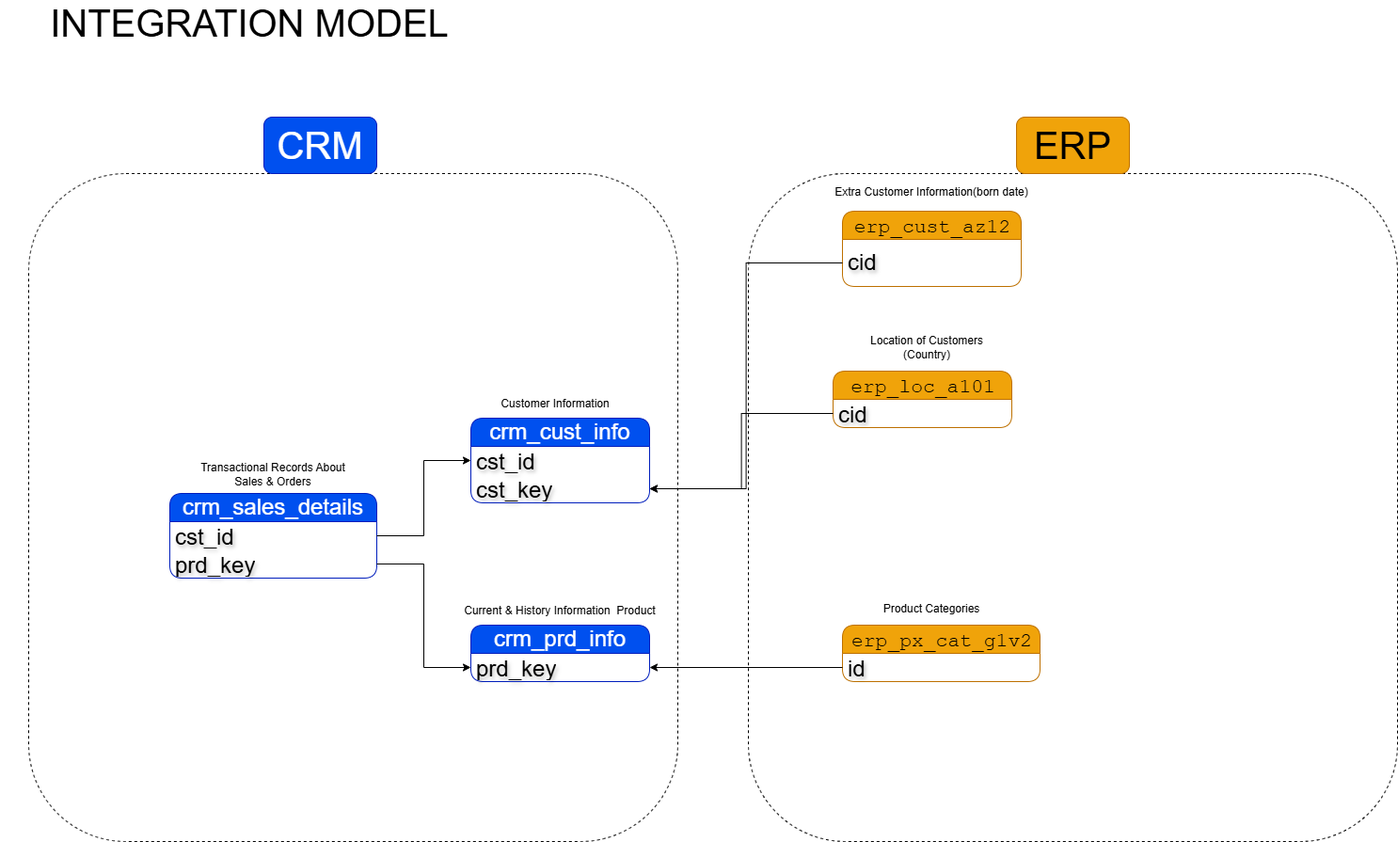
Above: docs/data_integration.png in SerhatYoldoruk/sql-dwh-project (draw.io), before the change. Source tidied: cells renumbered, new cells last; positions are measured from the earlier drawing's top-left corner, leaving out a move shared by most shapes.
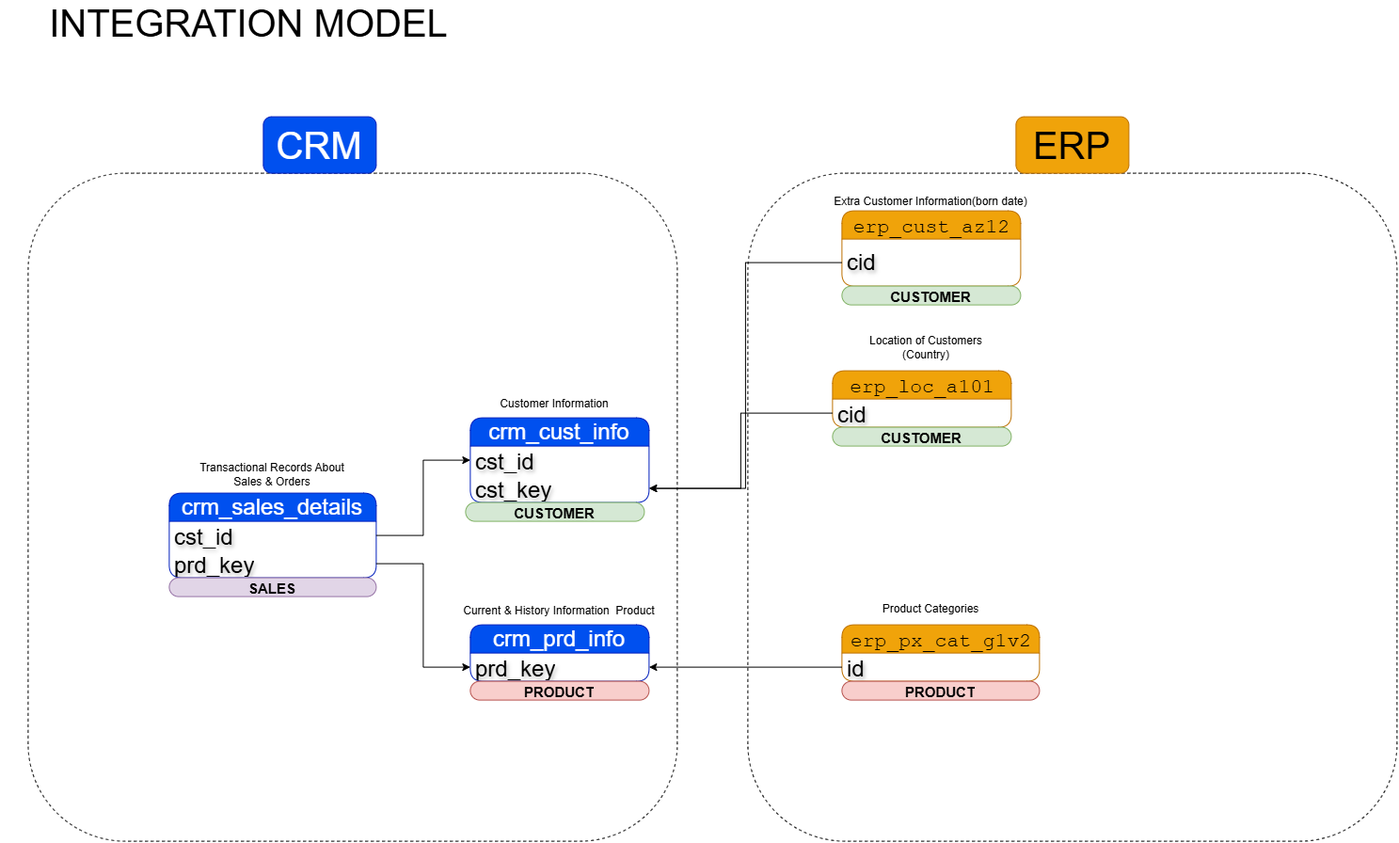
The same file after the commit.

Commit message:
Add Gold layer views, quality checks, and star-schema docs

What changed in the source:
```diff
@@ -60,7 +60,7 @@
       <mxGeometry y="30" width="190" height="30" as="geometry" />
     </mxCell>
     <mxCell id="21" value="Extra Customer Information(born date)" style="text;html=1;whiteSpace=wrap;strokeColor=none;fillColor=none;align=center;verticalAlign=middle;rounded=0;" parent="1" vertex="1">
-      <mxGeometry x="875" y="180" width="230" height="20" as="geometry" />
+      <mxGeometry x="875" y="190" width="230" height="20" as="geometry" />
     </mxCell>
     <mxCell id="22" value="Location of Customers (Country)" style="text;html=1;whiteSpace=wrap;strokeColor=none;fillColor=none;align=center;verticalAlign=middle;rounded=0;" parent="1" vertex="1">
       <mxGeometry x="915" y="340" width="140" height="30" as="geometry" />
@@ -92,5 +92,23 @@
     <mxCell id="31" value="&lt;span style=&quot;color: light-dark(rgb(0, 0, 0), rgb(255, 255, 255));&quot;&gt;&lt;font style=&quot;font-size: 40px;&quot;&gt;INTEGRATION &lt;/font&gt;&lt;font style=&quot;font-size: 40px;&quot;&gt;MODEL&lt;/font&gt;&lt;/span&gt;" style="text;html=1;whiteSpace=wrap;strokeColor=none;fillColor=none;align=center;verticalAlign=middle;rounded=0;" parent="1" vertex="1">
       <mxGeometry width="530" height="20" as="geometry" />
     </mxCell>
+    <mxCell id="32" value="PRODUCT" style="text;html=1;strokeColor=#b85450;fillColor=#f8cecc;align=center;verticalAlign=middle;whiteSpace=wrap;overflow=hidden;strokeWidth=1;fontSize=15;fontStyle=1;rounded=1;shadow=0;arcSize=50;" parent="1" vertex="1">
+      <mxGeometry x="895" y="710" width="210" height="20" as="geometry" />
+    </mxCell>
+    <mxCell id="33" value="PRODUCT" style="text;html=1;strokeColor=#b85450;fillColor=#f8cecc;align=center;verticalAlign=middle;whiteSpace=wrap;overflow=hidden;strokeWidth=1;fontSize=15;fontStyle=1;rounded=1;shadow=0;arcSize=50;" parent="1" vertex="1">
+      <mxGeometry x="500" y="710" width="190" height="20" as="geometry" />
+    </mxCell>
+    <mxCell id="34" value="CUSTOMER" style="text;html=1;strokeColor=#82b366;fillColor=#d5e8d4;align=center;verticalAlign=middle;whiteSpace=wrap;overflow=hidden;strokeWidth=1;fontSize=15;fontStyle=1;rounded=1;shadow=0;arcSize=50;" parent="1" vertex="1">
+      <mxGeometry x="495" y="520" width="190" height="20" as="geometry" />
+    </mxCell>
+    <mxCell id="35" value="CUSTOMER" style="text;html=1;strokeColor=#82b366;fillColor=#d5e8d4;align=center;verticalAlign=middle;whiteSpace=wrap;overflow=hidden;strokeWidth=1;fontSize=15;fontStyle=1;rounded=1;shadow=0;arcSize=50;" parent="1" vertex="1">
+      <mxGeometry x="885" y="440" width="190" height="20" as="geometry" />
+    </mxCell>
+    <mxCell id="36" value="CUSTOMER" style="text;html=1;strokeColor=#82b366;fillColor=#d5e8d4;align=center;verticalAlign=middle;whiteSpace=wrap;overflow=hidden;strokeWidth=1;fontSize=15;fontStyle=1;rounded=1;shadow=0;arcSize=50;" parent="1" vertex="1">
+      <mxGeometry x="895" y="290" width="190" height="20" as="geometry" />
+    </mxCell>
+    <mxCell id="37" value="SALES" style="text;html=1;strokeColor=#9673a6;fillColor=#e1d5e7;align=center;verticalAlign=middle;whiteSpace=wrap;overflow=hidden;strokeWidth=1;fontSize=15;fontStyle=1;rounded=1;shadow=0;arcSize=50;" parent="1" vertex="1">
+      <mxGeometry x="180" y="600" width="220" height="20" as="geometry" />
+    </mxCell>
   </root>
 </mxGraphModel>
```
